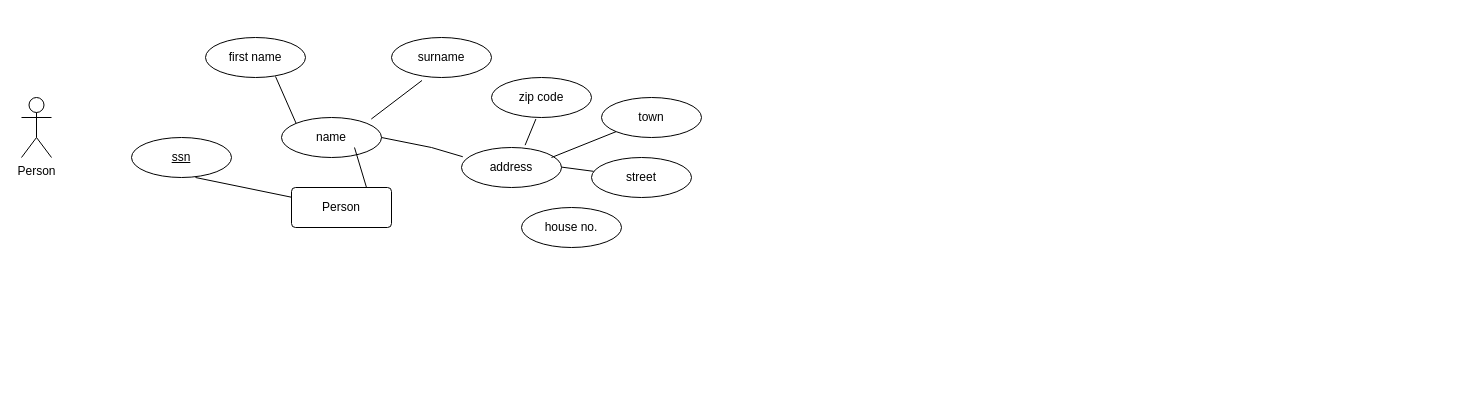
Martinaeht/DBS-Projektgruppe-5_ERM keeps this draw.io diagram as ERM project_group 5.drawio. Above is the earlier version. Source tidied: cells renumbered, new cells numbered last; positions are measured from the earlier drawing's top-left corner, leaving out a move shared by most shapes. Both pictures are drawn from the tidied source at 100%, with x=0, y=0 at pixel (21, 37).
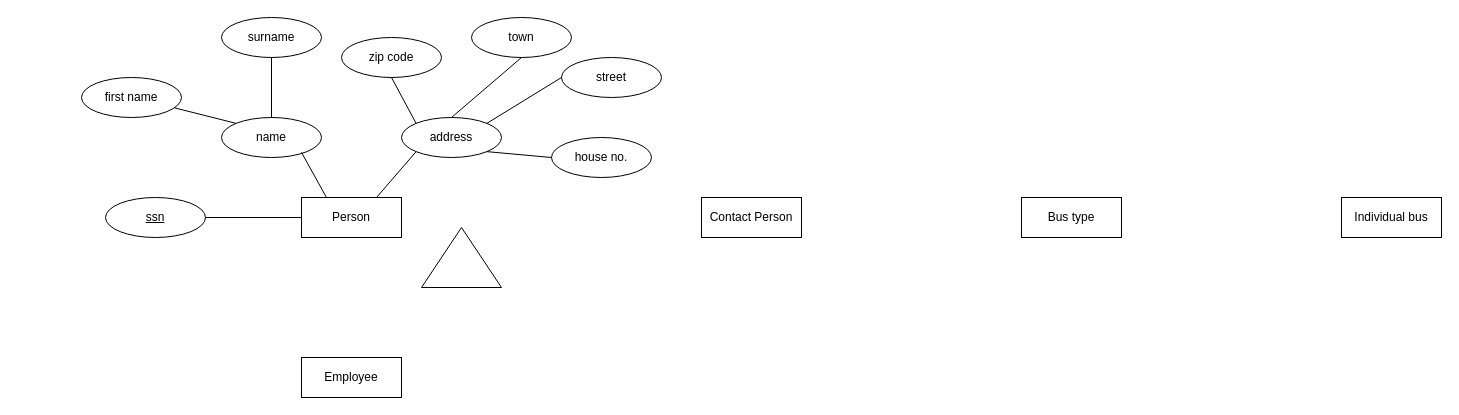
Above is the later version.

Diff of the diagram source:
```diff
@@
-    <mxCell id="2" value="Person " style="shape=umlActor;verticalLabelPosition=bottom;verticalAlign=top;html=1;" parent="1" vertex="1">
-      <mxGeometry y="60" width="30" height="60" as="geometry" />
-    </mxCell>
-    <mxCell id="3" value="Person" style="rounded=1;arcSize=10;whiteSpace=wrap;html=1;align=center;" parent="1" vertex="1">
-      <mxGeometry x="270" y="150" width="100" height="40" as="geometry" />
-    </mxCell>
     <mxCell id="4" value="ssn" style="ellipse;whiteSpace=wrap;html=1;align=center;fontStyle=4;" parent="1" vertex="1">
-      <mxGeometry x="110" y="100" width="100" height="40" as="geometry" />
+      <mxGeometry x="84" y="160" width="100" height="40" as="geometry" />
     </mxCell>
-    <mxCell id="5" style="endArrow=none;html=1;rounded=0;" parent="1" edge="1" target="3">
-      <mxGeometry relative="1" as="geometry">
-        <mxPoint x="174" y="140" as="sourcePoint" />
-      </mxGeometry>
+    <mxCell id="5" style="endArrow=none;html=1;rounded=0;exitX=1;exitY=0.5;exitDx=0;exitDy=0;entryX=0;entryY=0.5;entryDx=0;entryDy=0;" parent="1" edge="1" source="4" target="23">
+      <mxGeometry relative="1" as="geometry" />
     </mxCell>
     <mxCell id="6" value="name" style="ellipse;whiteSpace=wrap;html=1;align=center;" parent="1" vertex="1">
-      <mxGeometry x="260" y="80" width="100" height="40" as="geometry" />
+      <mxGeometry x="200" y="80" width="100" height="40" as="geometry" />
     </mxCell>
     <mxCell id="7" value="first name" style="ellipse;whiteSpace=wrap;html=1;align=center;" parent="1" vertex="1">
-      <mxGeometry x="184" width="100" height="40" as="geometry" />
+      <mxGeometry x="60" y="40" width="100" height="40" as="geometry" />
     </mxCell>
     <mxCell id="8" value="surname" style="ellipse;whiteSpace=wrap;html=1;align=center;" parent="1" vertex="1">
-      <mxGeometry x="370" width="100" height="40" as="geometry" />
+      <mxGeometry x="200" y="-20" width="100" height="40" as="geometry" />
     </mxCell>
-    <mxCell id="9" style="endArrow=none;html=1;rounded=0;entryX=0;entryY=0;entryDx=0;entryDy=0;" parent="1" edge="1" target="6">
-      <mxGeometry relative="1" as="geometry">
-        <mxPoint x="254" y="39" as="sourcePoint" />
-      </mxGeometry>
+    <mxCell id="9" style="endArrow=none;html=1;rounded=0;entryX=0;entryY=0;entryDx=0;entryDy=0;" parent="1" edge="1" source="7" target="6">
+      <mxGeometry relative="1" as="geometry" />
     </mxCell>
-    <mxCell id="10" style="endArrow=none;html=1;rounded=0;entryX=0.75;entryY=0;entryDx=0;entryDy=0;" parent="1" edge="1" target="3">
+    <mxCell id="10" style="endArrow=none;html=1;rounded=0;entryX=0.25;entryY=0;entryDx=0;entryDy=0;" parent="1" edge="1" target="23">
       <mxGeometry relative="1" as="geometry">
-        <mxPoint x="333" y="110" as="sourcePoint" />
+        <mxPoint x="280" y="115" as="sourcePoint" />
       </mxGeometry>
     </mxCell>
-    <mxCell id="11" style="endArrow=none;html=1;rounded=0;entryX=0.305;entryY=1.074;entryDx=0;entryDy=0;entryPerimeter=0;exitX=0.898;exitY=0.038;exitDx=0;exitDy=0;exitPerimeter=0;" parent="1" edge="1" source="6" target="8">
+    <mxCell id="11" style="endArrow=none;html=1;rounded=0;entryX=0.5;entryY=1;entryDx=0;entryDy=0;exitX=0.5;exitY=0;exitDx=0;exitDy=0;" parent="1" edge="1" source="6" target="8">
       <mxGeometry relative="1" as="geometry" />
     </mxCell>
     <mxCell id="12" value="address" style="ellipse;whiteSpace=wrap;html=1;align=center;" parent="1" vertex="1">
-      <mxGeometry x="440" y="110" width="100" height="40" as="geometry" />
+      <mxGeometry x="380" y="80" width="100" height="40" as="geometry" />
     </mxCell>
     <mxCell id="13" value="zip code" style="ellipse;whiteSpace=wrap;html=1;align=center;" parent="1" vertex="1">
-      <mxGeometry x="470" y="40" width="100" height="40" as="geometry" />
+      <mxGeometry x="320" width="100" height="40" as="geometry" />
     </mxCell>
-    <mxCell id="14" style="endArrow=none;html=1;rounded=0;exitX=0.444;exitY=1.038;exitDx=0;exitDy=0;exitPerimeter=0;entryX=0.636;entryY=-0.058;entryDx=0;entryDy=0;entryPerimeter=0;" parent="1" edge="1" source="13" target="12">
+    <mxCell id="14" style="endArrow=none;html=1;rounded=0;exitX=0.5;exitY=1;exitDx=0;exitDy=0;entryX=0;entryY=0;entryDx=0;entryDy=0;" parent="1" edge="1" source="13" target="12">
       <mxGeometry relative="1" as="geometry" />
     </mxCell>
-    <mxCell id="15" style="endArrow=none;html=1;rounded=0;entryX=0.013;entryY=0.231;entryDx=0;entryDy=0;entryPerimeter=0;" parent="1" edge="1" target="12">
-      <mxGeometry relative="1" as="geometry">
-        <mxPoint x="360" y="100" as="sourcePoint" />
-        <Array as="points">
-          <mxPoint x="410" y="110" />
-        </Array>
-      </mxGeometry>
-    </mxCell>
     <mxCell id="16" value="street" style="ellipse;whiteSpace=wrap;html=1;align=center;" parent="1" vertex="1">
-      <mxGeometry x="570" y="120" width="100" height="40" as="geometry" />
+      <mxGeometry x="540" y="20" width="100" height="40" as="geometry" />
     </mxCell>
     <mxCell id="17" value="town" style="ellipse;whiteSpace=wrap;html=1;align=center;" parent="1" vertex="1">
-      <mxGeometry x="580" y="60" width="100" height="40" as="geometry" />
+      <mxGeometry x="450" y="-20" width="100" height="40" as="geometry" />
     </mxCell>
     <mxCell id="18" value="house no." style="ellipse;whiteSpace=wrap;html=1;align=center;" parent="1" vertex="1">
-      <mxGeometry x="500" y="170" width="100" height="40" as="geometry" />
+      <mxGeometry x="530" y="100" width="100" height="40" as="geometry" />
     </mxCell>
-    <mxCell id="19" style="endArrow=none;html=1;rounded=0;" parent="1" edge="1" target="17">
-      <mxGeometry relative="1" as="geometry">
-        <mxPoint x="530" y="120" as="sourcePoint" />
-      </mxGeometry>
+    <mxCell id="19" style="endArrow=none;html=1;rounded=0;exitX=0.5;exitY=0;exitDx=0;exitDy=0;entryX=0.5;entryY=1;entryDx=0;entryDy=0;" parent="1" edge="1" source="12" target="17">
+      <mxGeometry relative="1" as="geometry" />
     </mxCell>
-    <mxCell id="20" style="endArrow=none;html=1;rounded=0;entryX=0.021;entryY=0.346;entryDx=0;entryDy=0;entryPerimeter=0;" parent="1" edge="1" target="16">
-      <mxGeometry relative="1" as="geometry">
-        <mxPoint x="540" y="129.6" as="sourcePoint" />
-      </mxGeometry>
+    <mxCell id="20" style="endArrow=none;html=1;rounded=0;entryX=0;entryY=0.5;entryDx=0;entryDy=0;exitX=1;exitY=0;exitDx=0;exitDy=0;" parent="1" edge="1" source="12" target="16">
+      <mxGeometry relative="1" as="geometry" />
     </mxCell>
+    <mxCell id="21" value="Contact Person" style="whiteSpace=wrap;html=1;align=center;" parent="1" vertex="1">
+      <mxGeometry x="680" y="160" width="100" height="40" as="geometry" />
+    </mxCell>
+    <mxCell id="22" value="Employee" style="whiteSpace=wrap;html=1;align=center;" parent="1" vertex="1">
+      <mxGeometry x="280" y="320" width="100" height="40" as="geometry" />
+    </mxCell>
+    <mxCell id="23" value="Person" style="whiteSpace=wrap;html=1;align=center;" parent="1" vertex="1">
+      <mxGeometry x="280" y="160" width="100" height="40" as="geometry" />
+    </mxCell>
+    <mxCell id="24" style="endArrow=none;html=1;rounded=0;entryX=0;entryY=1;entryDx=0;entryDy=0;exitX=0.75;exitY=0;exitDx=0;exitDy=0;" parent="1" edge="1" source="23" target="12">
+      <mxGeometry relative="1" as="geometry" />
+    </mxCell>
+    <mxCell id="25" style="endArrow=none;html=1;rounded=0;exitX=1;exitY=1;exitDx=0;exitDy=0;entryX=0;entryY=0.5;entryDx=0;entryDy=0;" parent="1" edge="1" source="12" target="18">
+      <mxGeometry relative="1" as="geometry" />
+    </mxCell>
+    <mxCell id="26" value="Bus type" style="whiteSpace=wrap;html=1;align=center;" parent="1" vertex="1">
+      <mxGeometry x="1000" y="160" width="100" height="40" as="geometry" />
+    </mxCell>
+    <mxCell id="27" value="Individual bus" style="whiteSpace=wrap;html=1;align=center;" parent="1" vertex="1">
+      <mxGeometry x="1320" y="160" width="100" height="40" as="geometry" />
+    </mxCell>
+    <mxCell id="28" style="triangle;whiteSpace=wrap;html=1;rotation=-90;" parent="1" vertex="1">
+      <mxGeometry x="410" y="180" width="60" height="80" as="geometry" />
+    </mxCell>
```
